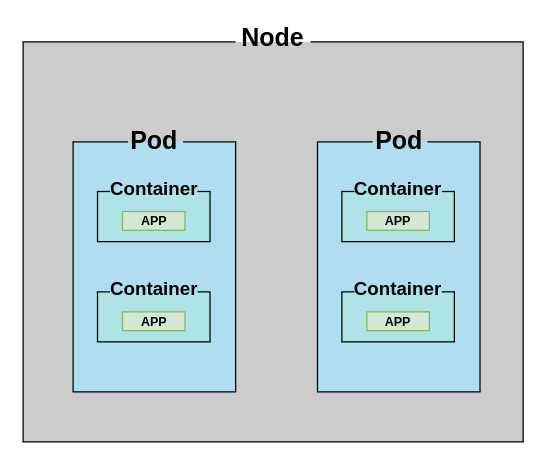
Above: pod.drawio in realten/draw.io (draw.io), before the change. Source tidied: cells renumbered, new cells numbered last; positions are measured from the earlier drawing's top-left corner, leaving out a move shared by most shapes. Both pictures are drawn from the tidied source at 125%, with x=0, y=0 at pixel (22, 41).
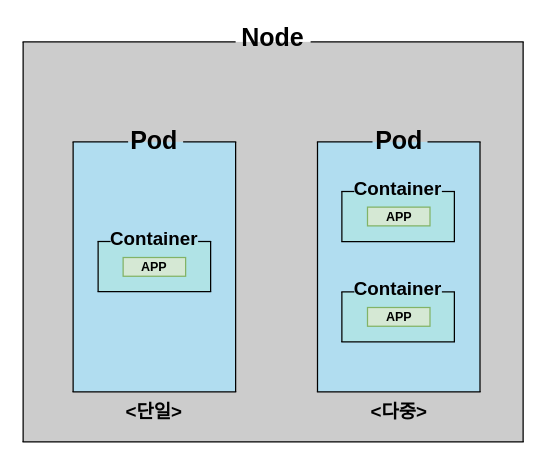
The same diagram, later.

The edit, as a diff of the source:
```diff
@@
-    <mxCell id="4" value="&lt;font style=&quot;font-size: 15px ; line-height: 1.2&quot;&gt;&lt;b&gt;Container&lt;/b&gt;&lt;/font&gt;" style="rounded=0;whiteSpace=wrap;html=1;fontFamily=맑은 고딕;fontSize=20;fillColor=#b0e3e6;strokeColor=none;verticalAlign=bottom;labelPosition=center;verticalLabelPosition=top;align=center;spacingBottom=-10;labelBackgroundColor=none;glass=0;perimeterSpacing=0;strokeWidth=0;" parent="1" vertex="1">
-      <mxGeometry x="59.5" y="200" width="90" height="40" as="geometry" />
-    </mxCell>
-    <mxCell id="5" value="APP" style="rounded=0;whiteSpace=wrap;html=1;fontFamily=맑은 고딕;fontSize=10;fillColor=#d5e8d4;strokeColor=#82b366;fontStyle=1;" parent="1" vertex="1">
-      <mxGeometry x="79.5" y="216" width="50" height="15" as="geometry" />
-    </mxCell>
-    <mxCell id="6" style="endArrow=none;html=1;rounded=0;fontFamily=맑은 고딕;fontSize=15;fontColor=#000000;strokeColor=#000000;strokeWidth=1;entryX=1;entryY=0;entryDx=0;entryDy=0;exitX=1;exitY=1;exitDx=0;exitDy=0;" parent="1" edge="1" source="4" target="4">
-      <mxGeometry relative="1" as="geometry" />
-    </mxCell>
-    <mxCell id="7" style="endArrow=none;html=1;rounded=0;fontFamily=맑은 고딕;fontSize=15;fontColor=#000000;strokeColor=#000000;strokeWidth=1;entryX=0;entryY=1;entryDx=0;entryDy=0;exitX=1;exitY=1;exitDx=0;exitDy=0;" parent="1" edge="1">
-      <mxGeometry relative="1" as="geometry">
-        <mxPoint x="150" y="240" as="sourcePoint" />
-        <mxPoint x="59" y="240" as="targetPoint" />
-      </mxGeometry>
-    </mxCell>
-    <mxCell id="8" style="endArrow=none;html=1;rounded=0;fontFamily=맑은 고딕;fontSize=15;fontColor=#000000;strokeColor=#000000;strokeWidth=1;entryX=0;entryY=1;entryDx=0;entryDy=0;exitX=0;exitY=0;exitDx=0;exitDy=0;" parent="1" edge="1" source="4" target="4">
-      <mxGeometry relative="1" as="geometry" />
-    </mxCell>
-    <mxCell id="9" style="endArrow=none;html=1;rounded=0;fontFamily=맑은 고딕;fontSize=15;fontColor=#000000;strokeColor=#000000;strokeWidth=1;startSize=6;" parent="1" edge="1">
-      <mxGeometry relative="1" as="geometry">
-        <mxPoint x="59" y="200" as="sourcePoint" />
-        <mxPoint x="69.5" y="200" as="targetPoint" />
-      </mxGeometry>
-    </mxCell>
-    <mxCell id="10" style="endArrow=none;html=1;rounded=0;fontFamily=맑은 고딕;fontSize=15;fontColor=#000000;strokeColor=#000000;strokeWidth=1;startSize=6;" parent="1" edge="1">
-      <mxGeometry relative="1" as="geometry">
-        <mxPoint x="139.5" y="200" as="sourcePoint" />
-        <mxPoint x="150" y="200" as="targetPoint" />
-      </mxGeometry>
-    </mxCell>
@@
     <mxCell id="16" value="&lt;font style=&quot;font-size: 15px ; line-height: 1.2&quot;&gt;&lt;b&gt;Container&lt;/b&gt;&lt;/font&gt;" style="rounded=0;whiteSpace=wrap;html=1;fontFamily=맑은 고딕;fontSize=20;fillColor=#b0e3e6;strokeColor=none;verticalAlign=bottom;labelPosition=center;verticalLabelPosition=top;align=center;spacingBottom=-10;labelBackgroundColor=none;glass=0;perimeterSpacing=0;strokeWidth=0;" parent="1" vertex="1">
-      <mxGeometry x="59.5" y="119.7" width="90" height="40" as="geometry" />
+      <mxGeometry x="60" y="159.7" width="90" height="40" as="geometry" />
     </mxCell>
     <mxCell id="17" value="APP" style="rounded=0;whiteSpace=wrap;html=1;fontFamily=맑은 고딕;fontSize=10;fillColor=#d5e8d4;strokeColor=#82b366;fontStyle=1;" parent="1" vertex="1">
-      <mxGeometry x="79.5" y="135.7" width="50" height="15" as="geometry" />
+      <mxGeometry x="80" y="172.5" width="50" height="15" as="geometry" />
     </mxCell>
@@
     <mxCell id="19" style="endArrow=none;html=1;rounded=0;fontFamily=맑은 고딕;fontSize=15;fontColor=#000000;strokeColor=#000000;strokeWidth=1;entryX=0;entryY=1;entryDx=0;entryDy=0;exitX=1;exitY=1;exitDx=0;exitDy=0;" parent="1" edge="1">
       <mxGeometry relative="1" as="geometry">
-        <mxPoint x="150" y="159.7" as="sourcePoint" />
-        <mxPoint x="59" y="159.7" as="targetPoint" />
+        <mxPoint x="150.5" y="199.7" as="sourcePoint" />
+        <mxPoint x="59.5" y="199.7" as="targetPoint" />
       </mxGeometry>
     </mxCell>
@@
     <mxCell id="21" style="endArrow=none;html=1;rounded=0;fontFamily=맑은 고딕;fontSize=15;fontColor=#000000;strokeColor=#000000;strokeWidth=1;startSize=6;" parent="1" edge="1">
       <mxGeometry relative="1" as="geometry">
-        <mxPoint x="59" y="119.7" as="sourcePoint" />
-        <mxPoint x="69.5" y="119.7" as="targetPoint" />
+        <mxPoint x="59.5" y="159.7" as="sourcePoint" />
+        <mxPoint x="70" y="159.7" as="targetPoint" />
       </mxGeometry>
     </mxCell>
     <mxCell id="22" style="endArrow=none;html=1;rounded=0;fontFamily=맑은 고딕;fontSize=15;fontColor=#000000;strokeColor=#000000;strokeWidth=1;startSize=6;" parent="1" edge="1">
       <mxGeometry relative="1" as="geometry">
-        <mxPoint x="139.5" y="119.7" as="sourcePoint" />
-        <mxPoint x="150" y="119.7" as="targetPoint" />
+        <mxPoint x="140" y="159.7" as="sourcePoint" />
+        <mxPoint x="150.5" y="159.7" as="targetPoint" />
       </mxGeometry>
     </mxCell>
@@
     <mxCell id="25" value="APP" style="rounded=0;whiteSpace=wrap;html=1;fontFamily=맑은 고딕;fontSize=10;fillColor=#d5e8d4;strokeColor=#82b366;fontStyle=1;" parent="1" vertex="1">
-      <mxGeometry x="275" y="216" width="50" height="15" as="geometry" />
+      <mxGeometry x="275.5" y="212.5" width="50" height="15" as="geometry" />
     </mxCell>
@@
     <mxCell id="37" value="APP" style="rounded=0;whiteSpace=wrap;html=1;fontFamily=맑은 고딕;fontSize=10;fillColor=#d5e8d4;strokeColor=#82b366;fontStyle=1;" parent="1" vertex="1">
-      <mxGeometry x="275" y="135.7" width="50" height="15" as="geometry" />
+      <mxGeometry x="275.5" y="132.2" width="50" height="15" as="geometry" />
     </mxCell>
@@
+    <mxCell id="48" value="&amp;lt;단일&amp;gt;" style="text;html=1;strokeColor=none;fillColor=none;align=center;verticalAlign=middle;whiteSpace=wrap;rounded=0;glass=0;labelBackgroundColor=none;fontFamily=맑은 고딕;fontSize=15;fontColor=#000000;fontStyle=1;" parent="1" vertex="1">
+      <mxGeometry x="75" y="280" width="60" height="30" as="geometry" />
+    </mxCell>
+    <mxCell id="49" value="&amp;lt;다중&amp;gt;" style="text;html=1;strokeColor=none;fillColor=none;align=center;verticalAlign=middle;whiteSpace=wrap;rounded=0;glass=0;labelBackgroundColor=none;fontFamily=맑은 고딕;fontSize=15;fontColor=#000000;fontStyle=1;" parent="1" vertex="1">
+      <mxGeometry x="270.5" y="280" width="60" height="30" as="geometry" />
+    </mxCell>
```
